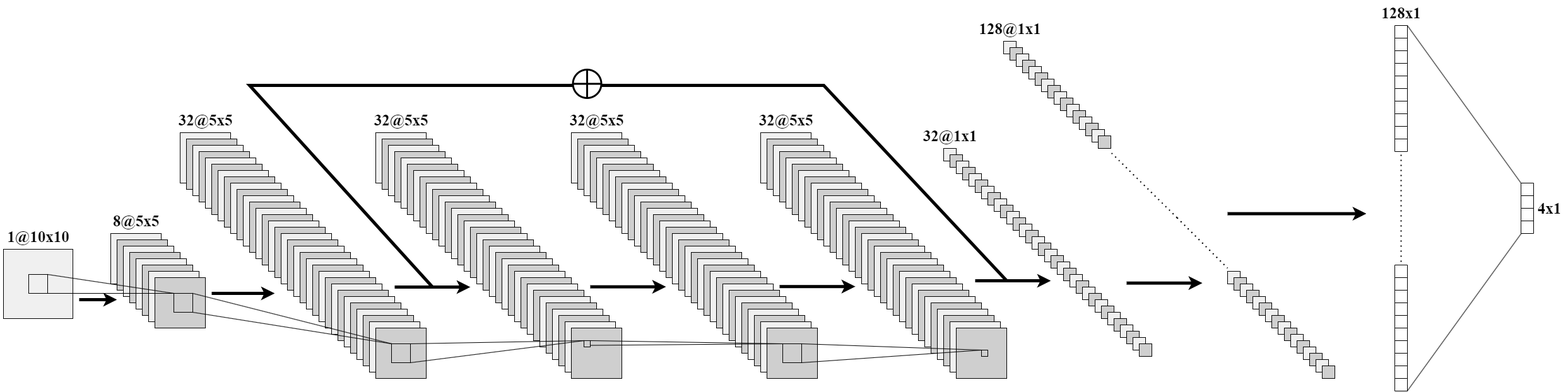
Earlier version of the draw.io export cnn.drawio.png (Purer-lyk/network_pic). Source tidied: cells renumbered, new cells last; positions are measured from the earlier drawing's top-left corner, leaving out a move shared by most shapes.
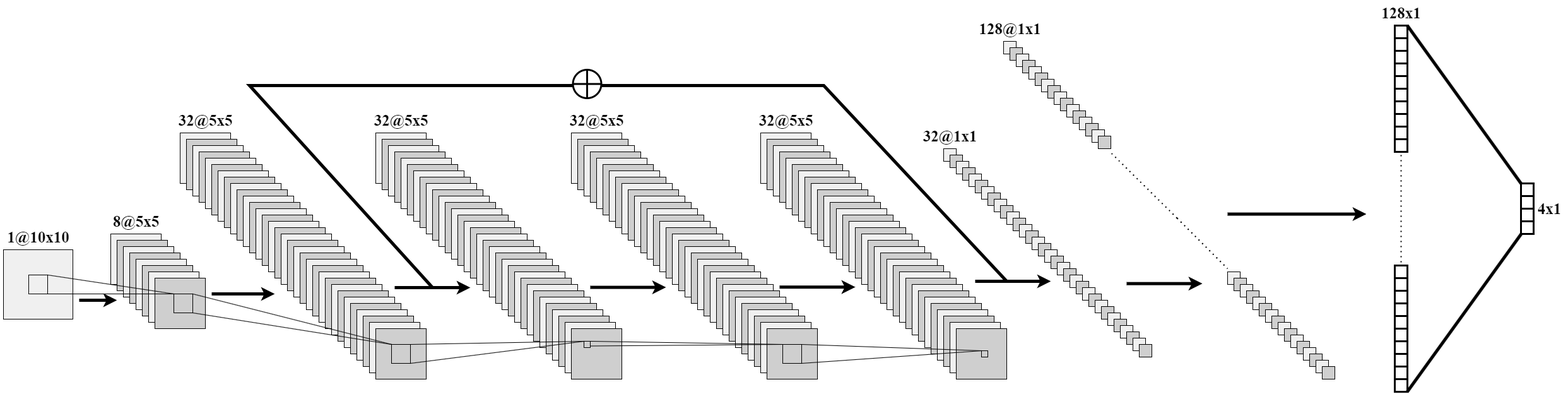
The same diagram one commit later.

What changed in the source:
```diff
@@ -640,7 +640,7 @@
     <mxCell id="212" value="&lt;font size=&quot;1&quot; face=&quot;Times New Roman&quot; style=&quot;&quot;&gt;&lt;b style=&quot;font-size: 25px;&quot;&gt;128@1x1&lt;/b&gt;&lt;/font&gt;" style="text;html=1;align=center;verticalAlign=middle;strokeColor=none;fillColor=none;" parent="1" vertex="1">
       <mxGeometry x="1540" y="25" width="120" height="40" as="geometry" />
     </mxCell>
-    <mxCell id="213" style="shape=table;startSize=0;fontSize=16;" parent="1" vertex="1">
+    <mxCell id="213" style="shape=table;startSize=0;fontSize=16;strokeWidth=3;" parent="1" vertex="1">
       <mxGeometry x="2210" y="40" width="20" height="200" as="geometry" />
     </mxCell>
     <mxCell id="214" style="shape=tableRow;horizontal=0;startSize=0;swimlaneHead=0;swimlaneBody=0;strokeColor=inherit;top=0;left=0;bottom=0;right=0;fillColor=none;points=[[0,0.5],[1,0.5]];portConstraint=eastwest;fontSize=16;" parent="213" vertex="1">
@@ -703,7 +703,7 @@
     <mxCell id="233" style="shape=partialRectangle;html=1;whiteSpace=wrap;strokeColor=inherit;overflow=hidden;fillColor=none;top=0;left=0;bottom=0;right=0;fontSize=16;" parent="232" vertex="1">
       <mxGeometry width="20" height="20" as="geometry" />
     </mxCell>
-    <mxCell id="234" style="shape=table;startSize=0;fontSize=16;" parent="1" vertex="1">
+    <mxCell id="234" style="shape=table;startSize=0;fontSize=16;strokeWidth=3;" parent="1" vertex="1">
       <mxGeometry x="2210" y="420" width="20" height="200" as="geometry" />
     </mxCell>
     <mxCell id="235" style="shape=tableRow;horizontal=0;startSize=0;swimlaneHead=0;swimlaneBody=0;strokeColor=inherit;top=0;left=0;bottom=0;right=0;fillColor=none;fontSize=16;" parent="234" vertex="1">
@@ -730,7 +730,7 @@
     <mxCell id="242" style="shape=partialRectangle;html=1;whiteSpace=wrap;strokeColor=inherit;overflow=hidden;fillColor=none;top=0;left=0;bottom=0;right=0;fontSize=16;" parent="241" vertex="1">
       <mxGeometry width="20" height="20" as="geometry" />
     </mxCell>
-    <mxCell id="243" style="shape=tableRow;horizontal=0;startSize=0;swimlaneHead=0;swimlaneBody=0;strokeColor=inherit;top=0;left=0;bottom=0;right=0;fillColor=none;fontSize=16;" parent="234" vertex="1">
+    <mxCell id="243" style="shape=tableRow;horizontal=0;startSize=0;swimlaneHead=0;swimlaneBody=0;strokeColor=inherit;top=0;left=0;bottom=0;right=0;fillColor=none;fontSize=16;strokeWidth=3;" parent="234" vertex="1">
       <mxGeometry y="80" width="20" height="20" as="geometry" />
     </mxCell>
     <mxCell id="244" style="shape=partialRectangle;html=1;whiteSpace=wrap;strokeColor=inherit;overflow=hidden;fillColor=none;top=0;left=0;bottom=0;right=0;fontSize=16;" parent="243" vertex="1">
@@ -772,7 +772,7 @@
         <mxPoint x="2220" y="245" as="targetPoint" />
       </mxGeometry>
     </mxCell>
-    <mxCell id="256" style="shape=table;startSize=0;fontSize=16;" parent="1" vertex="1">
+    <mxCell id="256" style="shape=table;startSize=0;fontSize=16;strokeWidth=3;" parent="1" vertex="1">
       <mxGeometry x="2410" y="290" width="20" height="80" as="geometry" />
     </mxCell>
     <mxCell id="257" style="shape=tableRow;horizontal=0;startSize=0;swimlaneHead=0;swimlaneBody=0;strokeColor=inherit;top=0;left=0;bottom=0;right=0;fillColor=none;fontSize=16;" parent="256" vertex="1">
@@ -905,10 +905,10 @@
         <mxPoint x="2165" y="338.6" as="targetPoint" />
       </mxGeometry>
     </mxCell>
-    <mxCell id="290" style="endArrow=none;html=1;rounded=0;exitX=0.992;exitY=-0.003;exitDx=0;exitDy=0;exitPerimeter=0;entryX=0;entryY=0;entryDx=0;entryDy=0;" parent="1" edge="1" source="214" target="256">
+    <mxCell id="290" style="endArrow=none;html=1;rounded=0;exitX=0.992;exitY=-0.003;exitDx=0;exitDy=0;exitPerimeter=0;entryX=0;entryY=0;entryDx=0;entryDy=0;strokeWidth=5;" parent="1" edge="1" source="214" target="256">
       <mxGeometry relative="1" as="geometry" />
     </mxCell>
-    <mxCell id="291" style="endArrow=none;html=1;rounded=0;exitX=0.99;exitY=0.998;exitDx=0;exitDy=0;exitPerimeter=0;entryX=0.012;entryY=1.012;entryDx=0;entryDy=0;entryPerimeter=0;" parent="1" edge="1" source="253" target="263">
+    <mxCell id="291" style="endArrow=none;html=1;rounded=0;exitX=0.99;exitY=0.998;exitDx=0;exitDy=0;exitPerimeter=0;entryX=0.012;entryY=1.012;entryDx=0;entryDy=0;entryPerimeter=0;strokeWidth=5;" parent="1" edge="1" source="253" target="263">
       <mxGeometry relative="1" as="geometry" />
     </mxCell>
     <mxCell id="292" value="&lt;font size=&quot;1&quot; face=&quot;Times New Roman&quot; style=&quot;&quot;&gt;&lt;b style=&quot;font-size: 25px;&quot;&gt;128x1&lt;/b&gt;&lt;/font&gt;" style="text;html=1;align=center;verticalAlign=middle;strokeColor=none;fillColor=none;" parent="1" vertex="1">
```
